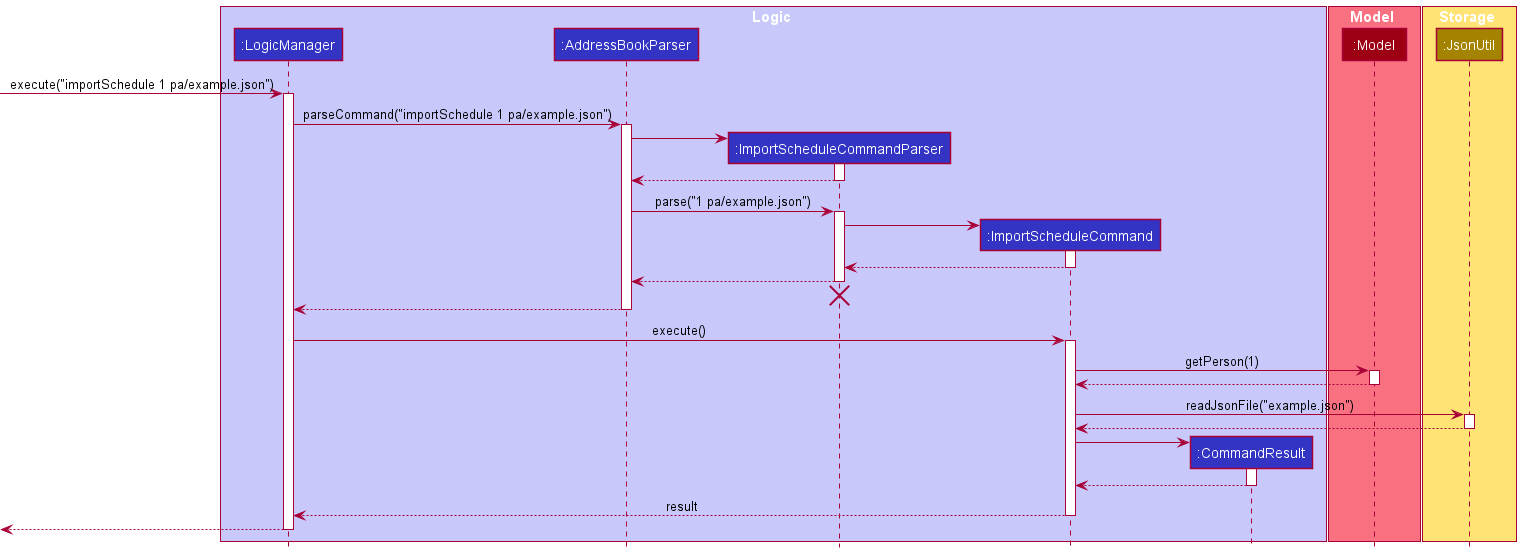
vishandi/tp keeps this PlantUML diagram as docs/images/ImportScheduleSequenceDiagram.png. Above is the earlier version.
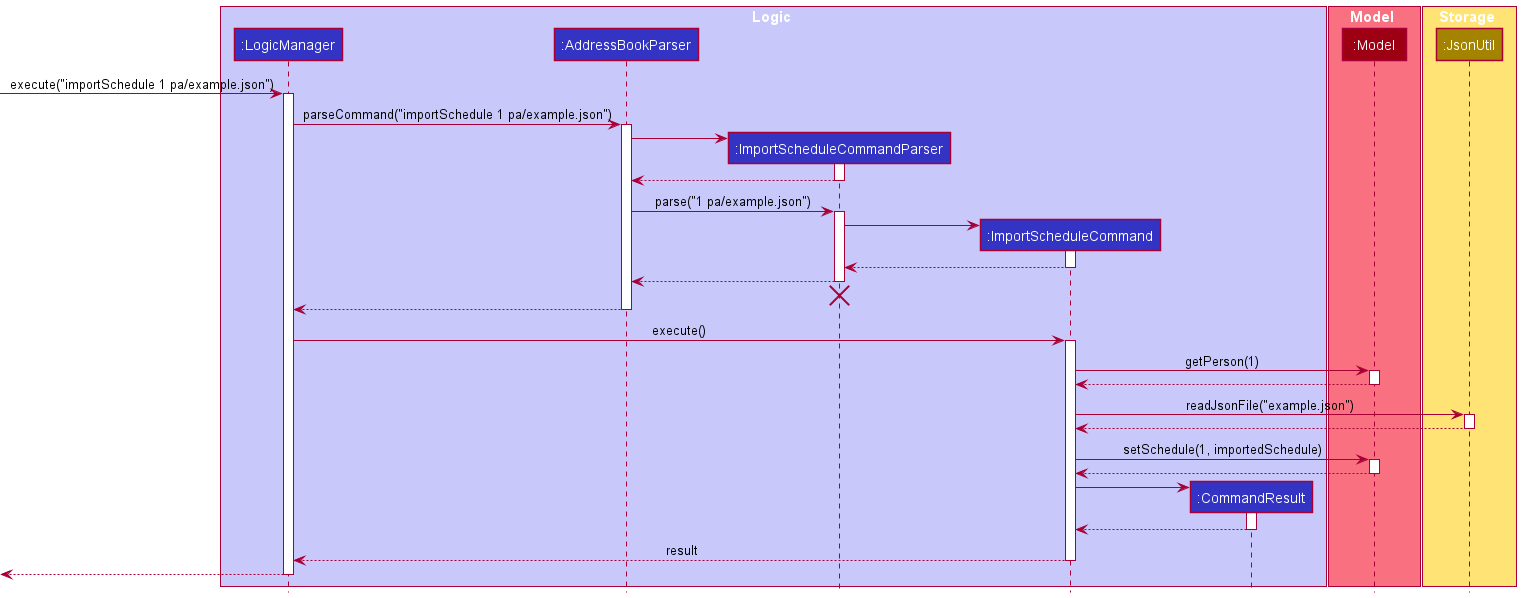
Later version of the same file.

The edit, as a diff of the source:
```diff
@@ -63,6 +63,12 @@
 JsonUtil --> ImportScheduleCommand
 deactivate JsonUtil
 
+ImportScheduleCommand -> Model : setSchedule(1, importedSchedule)
+activate Model
+
+Model --> ImportScheduleCommand
+deactivate Model
+
 create CommandResult
 ImportScheduleCommand -> CommandResult
 activate CommandResult
```
